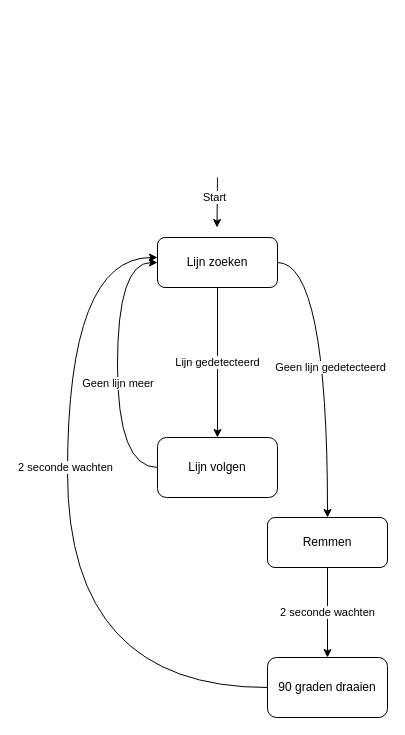
The draw.io diagram stap 3 toestandsdiagram/Toestands Diagram verbeterd 02.drawio in emmaus-archief/2122-arduino-5vc-turi-iris-veerle, before the edit. Source tidied: cells renumbered, new cells numbered last; positions are measured from the earlier drawing's top-left corner, leaving out a move shared by most shapes. Both pictures are drawn from the tidied source at 100%, with x=0, y=0 at pixel (67, 177).
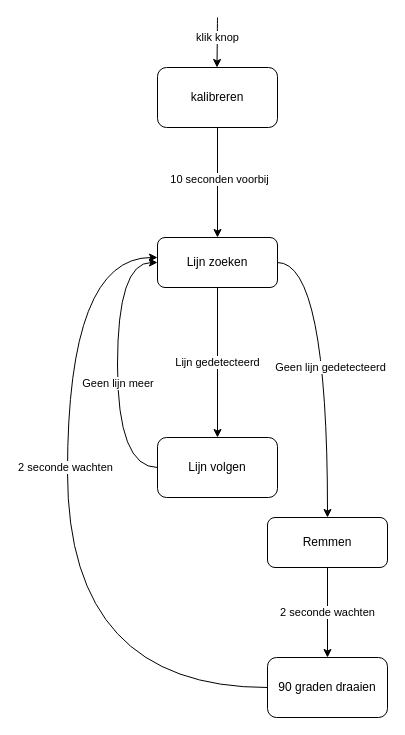
The same diagram, later.

The change refers to these unchanged cells:
```xml
<mxCell id="5" value="Lijn zoeken" style="rounded=1;whiteSpace=wrap;html=1;" parent="1" vertex="1">
  <mxGeometry x="90" y="60" width="120" height="50" as="geometry" />
</mxCell>
```

Diff of the diagram source:
```diff
@@
     <mxCell id="14" style="endArrow=classic;html=1;curved=1;" parent="1" edge="1">
       <mxGeometry relative="1" as="geometry">
-        <mxPoint x="150" as="sourcePoint" />
-        <mxPoint x="149.5" y="50" as="targetPoint" />
+        <mxPoint x="150" y="-160" as="sourcePoint" />
+        <mxPoint x="149.5" y="-110" as="targetPoint" />
       </mxGeometry>
     </mxCell>
-    <mxCell id="15" value="Start" style="edgeLabel;html=1;align=center;verticalAlign=middle;" parent="14" vertex="1">
-      <mxGeometry x="-0.2" y="-3" relative="1" as="geometry" />
+    <mxCell id="15" value="klik knop" style="edgeLabel;html=1;align=center;verticalAlign=middle;" parent="14" vertex="1">
+      <mxGeometry x="-0.2" y="-3" relative="1" as="geometry">
+        <mxPoint x="3" as="offset" />
+      </mxGeometry>
     </mxCell>
+    <mxCell id="16" style="edgeStyle=orthogonalEdgeStyle;rounded=0;jettySize=auto;html=1;" parent="1" edge="1" source="18" target="5">
+      <mxGeometry relative="1" as="geometry" />
+    </mxCell>
+    <mxCell id="17" value="10 seconden voorbij" style="edgeLabel;html=1;align=center;verticalAlign=middle;" parent="16" vertex="1">
+      <mxGeometry x="-0.07" y="1" relative="1" as="geometry" />
+    </mxCell>
+    <mxCell id="18" value="kalibreren" style="rounded=1;whiteSpace=wrap;html=1;" parent="1" vertex="1">
+      <mxGeometry x="90" y="-110" width="120" height="60" as="geometry" />
+    </mxCell>
```
